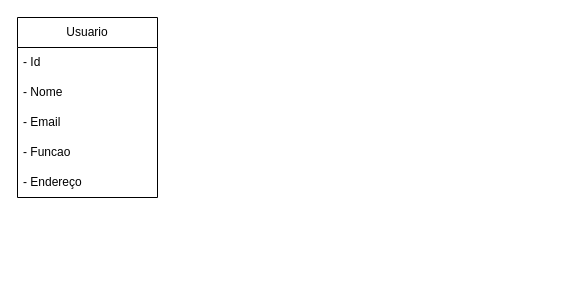
The draw.io diagram documentação e diagramas/Diagrama sem nome.drawio in ArielAndrielli/Fatec-PI-4-Semestre, before the edit. Source tidied: cells renumbered, new cells numbered last; positions are measured from the earlier drawing's top-left corner, leaving out a move shared by most shapes. Both pictures are drawn from the tidied source at 100%, with x=0, y=0 at pixel (17, 17).
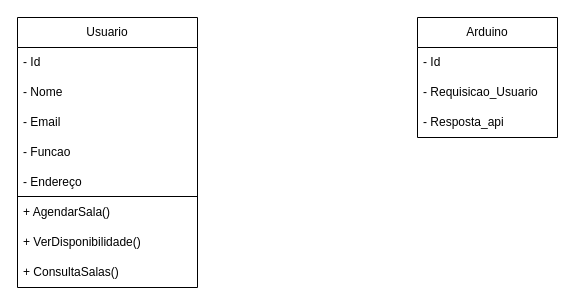
Above is the later version.

Commit message:
Atualizando Diagrama de classes.drawio

Diff of the diagram source:
```diff
@@
 <mxGraphModel>
   <root>
     <mxCell id="0" />
     <mxCell id="1" parent="0" />
     <mxCell id="2" value="Usuario" style="swimlane;fontStyle=0;horizontal=1;startSize=30;whiteSpace=wrap;html=1;" parent="1" vertex="1">
-      <mxGeometry width="140" height="180" as="geometry" />
+      <mxGeometry width="180" height="270" as="geometry" />
     </mxCell>
     <mxCell id="3" value="- Id" style="text;strokeColor=none;fillColor=none;align=left;verticalAlign=middle;spacingLeft=4;spacingRight=4;overflow=hidden;whiteSpace=wrap;html=1;" parent="2" vertex="1">
-      <mxGeometry y="30" width="140" height="30" as="geometry" />
+      <mxGeometry y="30" width="180" height="30" as="geometry" />
     </mxCell>
     <mxCell id="4" value="- Nome" style="text;strokeColor=none;fillColor=none;align=left;verticalAlign=middle;spacingLeft=4;spacingRight=4;overflow=hidden;whiteSpace=wrap;html=1;" parent="2" vertex="1">
-      <mxGeometry y="60" width="140" height="30" as="geometry" />
+      <mxGeometry y="60" width="180" height="30" as="geometry" />
     </mxCell>
     <mxCell id="5" value="- Email" style="text;strokeColor=none;fillColor=none;align=left;verticalAlign=middle;spacingLeft=4;spacingRight=4;overflow=hidden;whiteSpace=wrap;html=1;" parent="2" vertex="1">
-      <mxGeometry y="90" width="140" height="30" as="geometry" />
+      <mxGeometry y="90" width="180" height="30" as="geometry" />
     </mxCell>
     <mxCell id="6" value="- Funcao" style="text;strokeColor=none;fillColor=none;align=left;verticalAlign=middle;spacingLeft=4;spacingRight=4;overflow=hidden;whiteSpace=wrap;html=1;" parent="2" vertex="1">
-      <mxGeometry y="120" width="140" height="30" as="geometry" />
+      <mxGeometry y="120" width="180" height="30" as="geometry" />
     </mxCell>
+    <mxCell id="8" value="- Endereço" style="text;strokeColor=none;fillColor=none;align=left;verticalAlign=middle;spacingLeft=4;spacingRight=4;overflow=hidden;whiteSpace=wrap;html=1;" parent="2" vertex="1">
+      <mxGeometry y="150" width="180" height="30" as="geometry" />
+    </mxCell>
+    <mxCell id="9" style="endArrow=none;html=1;rounded=0;" parent="2" edge="1">
+      <mxGeometry relative="1" as="geometry">
+        <mxPoint y="179" as="sourcePoint" />
+        <mxPoint x="180" y="179" as="targetPoint" />
+      </mxGeometry>
+    </mxCell>
+    <mxCell id="10" value="+ AgendarSala()" style="text;strokeColor=none;fillColor=none;align=left;verticalAlign=middle;spacingLeft=4;spacingRight=4;overflow=hidden;whiteSpace=wrap;html=1;" parent="2" vertex="1">
+      <mxGeometry y="180" width="180" height="30" as="geometry" />
+    </mxCell>
+    <mxCell id="11" value="+ VerDisponibilidade()" style="text;strokeColor=none;fillColor=none;align=left;verticalAlign=middle;spacingLeft=4;spacingRight=4;overflow=hidden;whiteSpace=wrap;html=1;" parent="2" vertex="1">
+      <mxGeometry y="210" width="180" height="30" as="geometry" />
+    </mxCell>
-    <mxCell id="7" value="- Endereço" style="text;strokeColor=none;fillColor=none;align=left;verticalAlign=middle;spacingLeft=4;spacingRight=4;overflow=hidden;whiteSpace=wrap;html=1;" parent="2" vertex="1">
-      <mxGeometry y="150" width="140" height="30" as="geometry" />
+    <mxCell id="7" value="+ ConsultaSalas()" style="text;strokeColor=none;fillColor=none;align=left;verticalAlign=middle;spacingLeft=4;spacingRight=4;overflow=hidden;whiteSpace=wrap;html=1;" parent="2" vertex="1">
+      <mxGeometry y="240" width="180" height="30" as="geometry" />
     </mxCell>
+    <mxCell id="12" value="Arduino" style="swimlane;fontStyle=0;horizontal=1;startSize=30;whiteSpace=wrap;html=1;" parent="1" vertex="1">
+      <mxGeometry x="400" width="140" height="120" as="geometry" />
+    </mxCell>
+    <mxCell id="13" value="- Id" style="text;strokeColor=none;fillColor=none;align=left;verticalAlign=middle;spacingLeft=4;spacingRight=4;overflow=hidden;whiteSpace=wrap;html=1;" parent="12" vertex="1">
+      <mxGeometry y="30" width="140" height="30" as="geometry" />
+    </mxCell>
+    <mxCell id="14" value="- Requisicao_Usuario" style="text;strokeColor=none;fillColor=none;align=left;verticalAlign=middle;spacingLeft=4;spacingRight=4;overflow=hidden;whiteSpace=wrap;html=1;" parent="12" vertex="1">
+      <mxGeometry y="60" width="140" height="30" as="geometry" />
+    </mxCell>
+    <mxCell id="15" value="- Resposta_api" style="text;strokeColor=none;fillColor=none;align=left;verticalAlign=middle;spacingLeft=4;spacingRight=4;overflow=hidden;whiteSpace=wrap;html=1;" parent="12" vertex="1">
+      <mxGeometry y="90" width="140" height="30" as="geometry" />
+    </mxCell>
   </root>
 </mxGraphModel>
```
